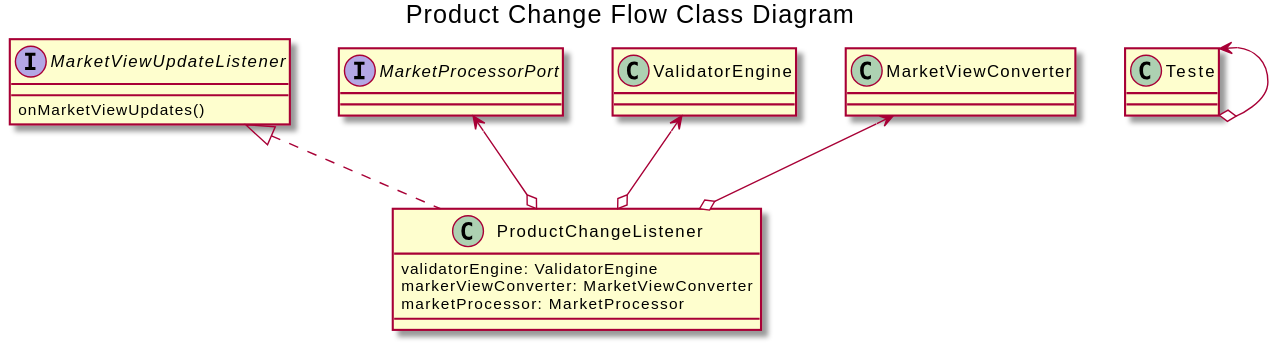
Before: docs/media/productchange.svg, a diagram exported from PlantUML (freitasm2/github-pages-with-jekyll).
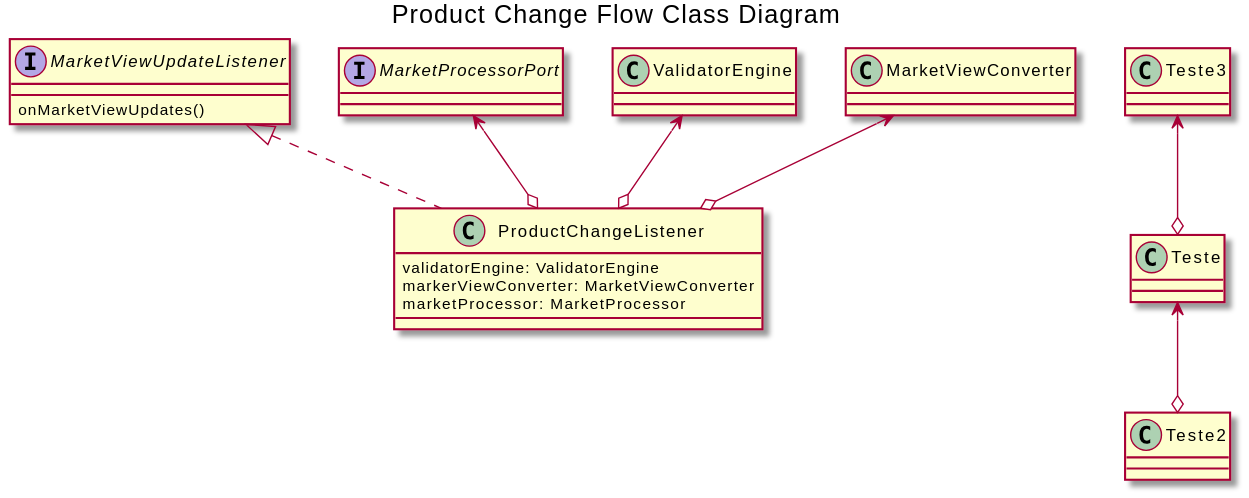
The same file after the commit.

Commit message:
Automatically generated by PlantUml github action

The edit, as a diff of the source:
```diff
@@ -20,7 +20,7 @@
 ValidatorEngine <--o ProductChangeListener
 MarketViewConverter <--o ProductChangeListener
 MarketProcessorPort <--o ProductChangeListener
-Teste <--o Teste
-
+Teste3 <--o Teste
+Teste <--o Teste2
 
 @enduml
```
